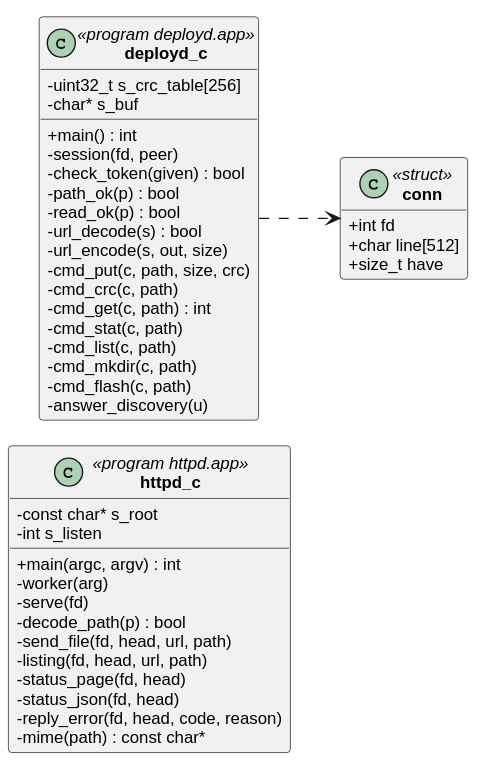
Above: docs/specyfikacja/diagramy/U06/struktura-statyczna.svg in aroesz98/CRTOS (PlantUML), before the change.
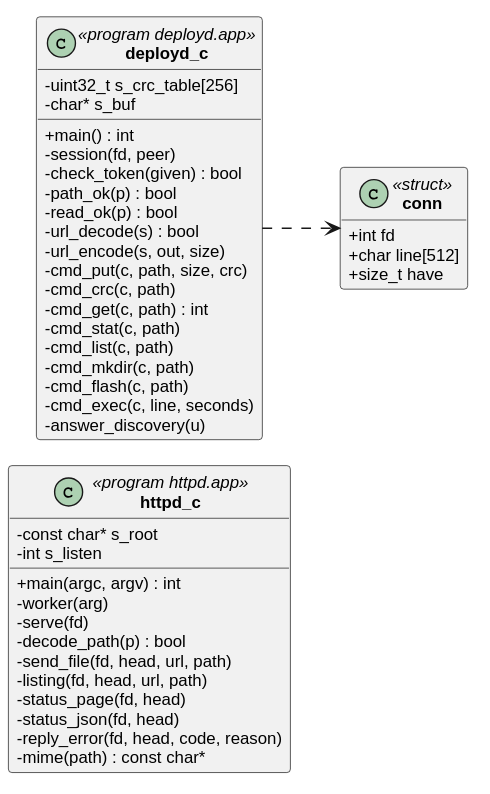
After the change.

Change to the diagram source:
```diff
@@ -32,6 +32,7 @@
   -cmd_list(c, path)
   -cmd_mkdir(c, path)
   -cmd_flash(c, path)
+  -cmd_exec(c, line, seconds)
   -answer_discovery(u)
 }
 class conn <<struct>> {
```
